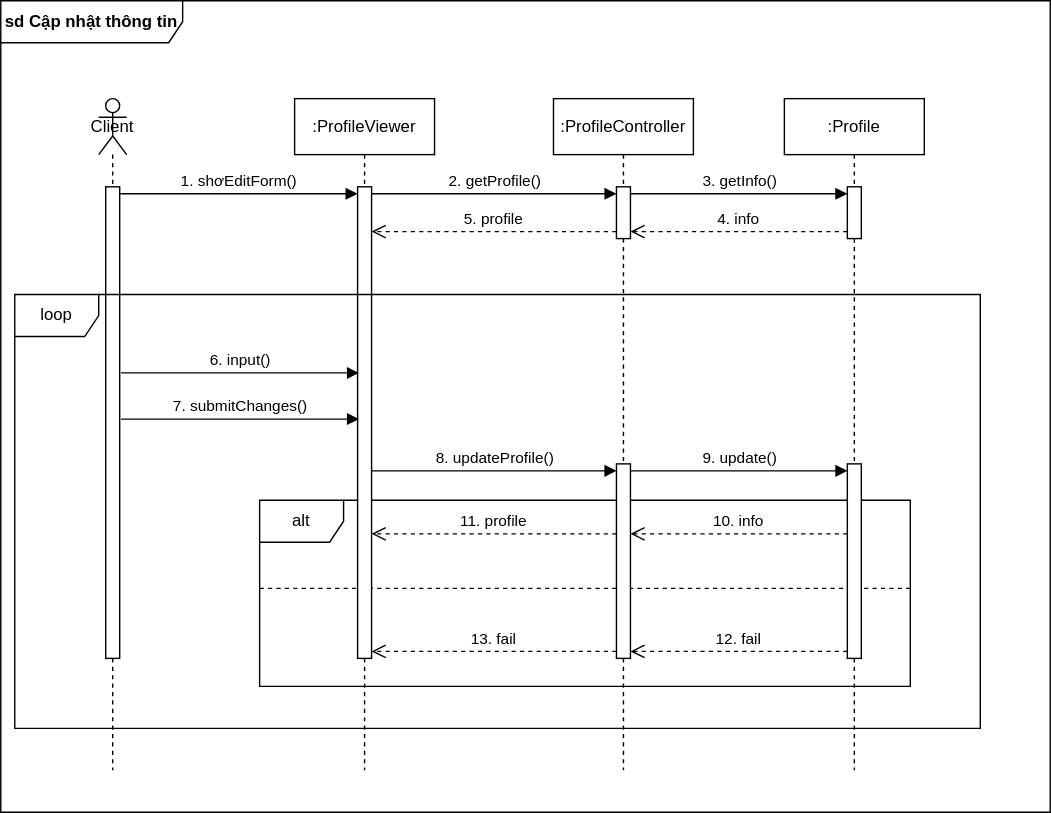
This is [W3] SequenceDiagram 1.drawio.svg from ntmly/ThuchanhphattrienhethongTTNT, a draw.io export, as it was before one commit. Source tidied: cells renumbered, new cells last; positions are measured from the earlier drawing's top-left corner, leaving out a move shared by most shapes.
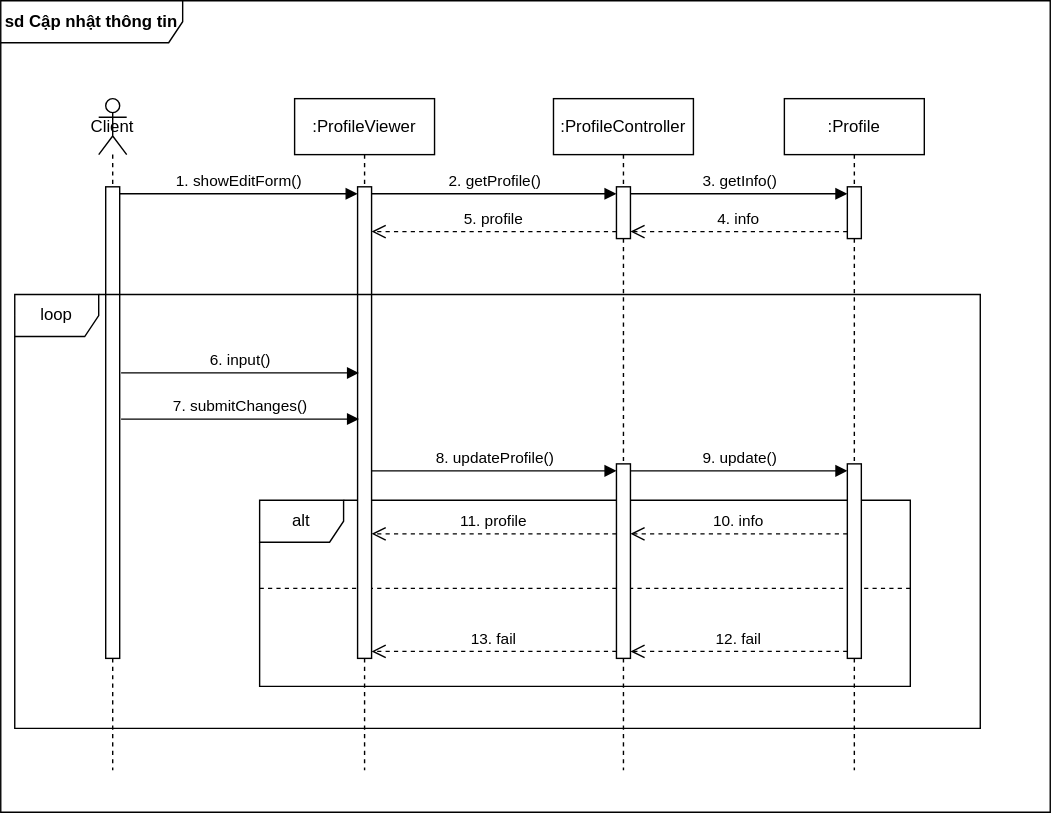
After the change.

Commit message:
Cập nhật [W3] SequenceDiagram 1.drawio.svg

Diff of the diagram source:
```diff
@@ -52,7 +52,7 @@
         <mxPoint x="-110" y="311" as="targetPoint" />
       </mxGeometry>
     </mxCell>
-    <mxCell id="17" value="1. shơEditForm()" style="html=1;verticalAlign=bottom;endArrow=block;curved=0;rounded=0;exitX=1;exitY=0;exitDx=0;exitDy=5;exitPerimeter=0;entryX=0;entryY=0;entryDx=0;entryDy=5;entryPerimeter=0;" parent="1" edge="1" source="6" target="8">
+    <mxCell id="17" value="1. showEditForm()" style="html=1;verticalAlign=bottom;endArrow=block;curved=0;rounded=0;exitX=1;exitY=0;exitDx=0;exitDy=5;exitPerimeter=0;entryX=0;entryY=0;entryDx=0;entryDy=5;entryPerimeter=0;" parent="1" edge="1" source="6" target="8">
       <mxGeometry relative="1" as="geometry" />
     </mxCell>
     <mxCell id="18" value="2. getProfile()" style="html=1;verticalAlign=bottom;endArrow=block;curved=0;rounded=0;entryX=0;entryY=0;entryDx=0;entryDy=5;exitX=1;exitY=0;exitDx=0;exitDy=5;exitPerimeter=0;" parent="1" edge="1" source="8" target="10">
```
